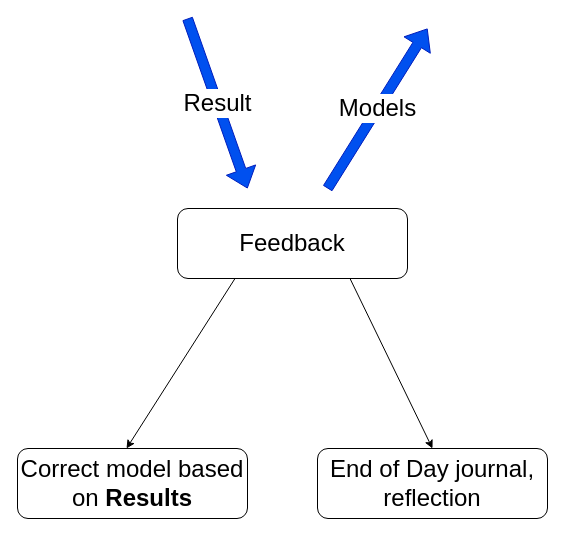
The draw.io diagram page "Feedback" (6 of 8) of calibration_idea.drawio in non-tech-stuff/life-flow, before the edit. Source tidied: cells renumbered, new cells numbered last; positions are measured from the earlier drawing's top-left corner, leaving out a move shared by most shapes. Both pictures are drawn from the tidied source at 100%, with x=0, y=0 at pixel (17, 18).
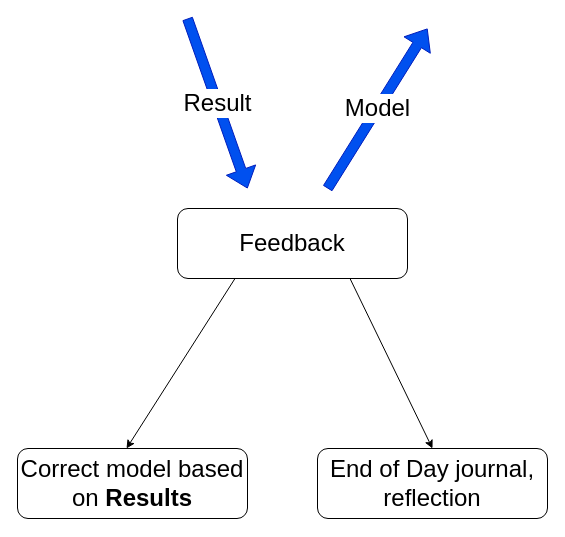
The same diagram, later.

The edit, as a diff of the source:
```diff
@@
 <mxGraphModel>
   <root>
     <mxCell id="0" />
     <mxCell id="1" parent="0" />
     <mxCell id="2" value="End of Day journal, reflection" style="rounded=1;whiteSpace=wrap;html=1;fontSize=24;" parent="1" vertex="1">
       <mxGeometry x="300" y="430" width="230" height="70" as="geometry" />
     </mxCell>
     <mxCell id="3" value="Correct model based on &lt;b&gt;Results&lt;/b&gt;" style="rounded=1;whiteSpace=wrap;html=1;fontSize=24;" parent="1" vertex="1">
       <mxGeometry y="430" width="230" height="70" as="geometry" />
     </mxCell>
     <mxCell id="4" style="edgeStyle=none;rounded=0;jettySize=auto;html=1;exitX=0.25;exitY=1;exitDx=0;exitDy=0;entryX=0.474;entryY=0;entryDx=0;entryDy=0;entryPerimeter=0;startArrow=none;startFill=0;fontSize=18;" parent="1" edge="1" source="6" target="3">
       <mxGeometry relative="1" as="geometry" />
     </mxCell>
     <mxCell id="5" style="edgeStyle=none;rounded=0;jettySize=auto;html=1;exitX=0.75;exitY=1;exitDx=0;exitDy=0;startArrow=none;startFill=0;fontSize=18;entryX=0.5;entryY=0;entryDx=0;entryDy=0;" parent="1" edge="1" source="6" target="2">
       <mxGeometry relative="1" as="geometry" />
     </mxCell>
     <mxCell id="6" value="Feedback" style="rounded=1;whiteSpace=wrap;html=1;fontSize=24;" parent="1" vertex="1">
       <mxGeometry x="160" y="190" width="230" height="70" as="geometry" />
     </mxCell>
     <mxCell id="7" value="&lt;font style=&quot;font-size: 24px&quot;&gt;Result&lt;/font&gt;" style="shape=flexArrow;endArrow=classic;html=1;fontSize=18;fillColor=#0050ef;strokeColor=#001DBC;" parent="1" edge="1">
       <mxGeometry relative="1" as="geometry">
         <mxPoint x="170" as="sourcePoint" />
         <mxPoint x="230" y="170" as="targetPoint" />
       </mxGeometry>
     </mxCell>
-    <mxCell id="8" value="&lt;font style=&quot;font-size: 24px&quot;&gt;Models&lt;/font&gt;" style="shape=flexArrow;endArrow=classic;html=1;fontSize=18;fillColor=#0050ef;strokeColor=#001DBC;" parent="1" edge="1">
+    <mxCell id="8" value="&lt;font style=&quot;font-size: 24px&quot;&gt;Model&lt;br&gt;&lt;/font&gt;" style="shape=flexArrow;endArrow=classic;html=1;fontSize=18;fillColor=#0050ef;strokeColor=#001DBC;" parent="1" edge="1">
       <mxGeometry relative="1" as="geometry">
         <mxPoint x="310" y="170" as="sourcePoint" />
         <mxPoint x="410" y="10" as="targetPoint" />
       </mxGeometry>
     </mxCell>
   </root>
 </mxGraphModel>
```
